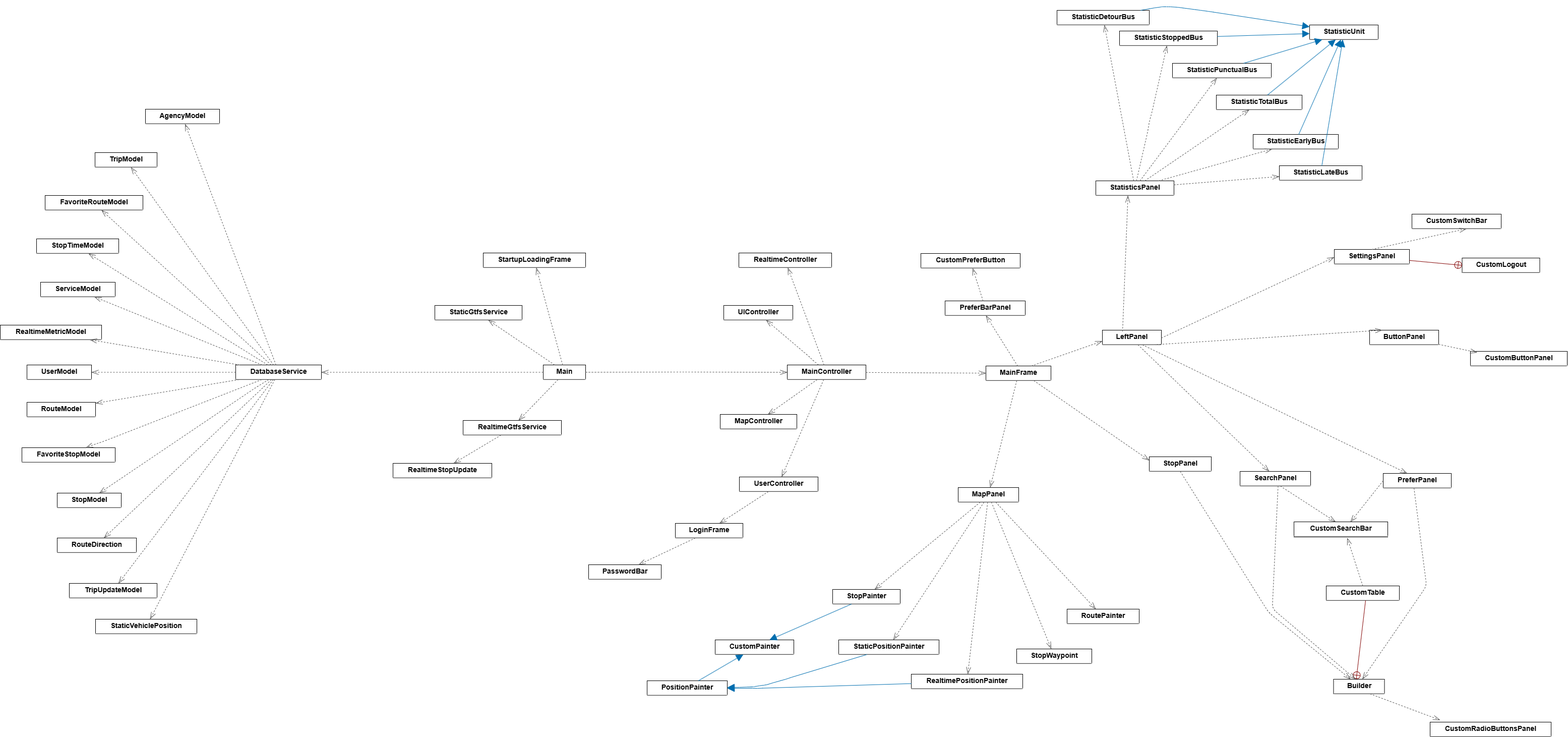
This is uml/damose-uml.png from nnamo-inc/moovite, a draw.io export, as it was before one commit. Source tidied: cells renumbered, new cells last; positions are measured from the earlier drawing's top-left corner, leaving out a move shared by most shapes.
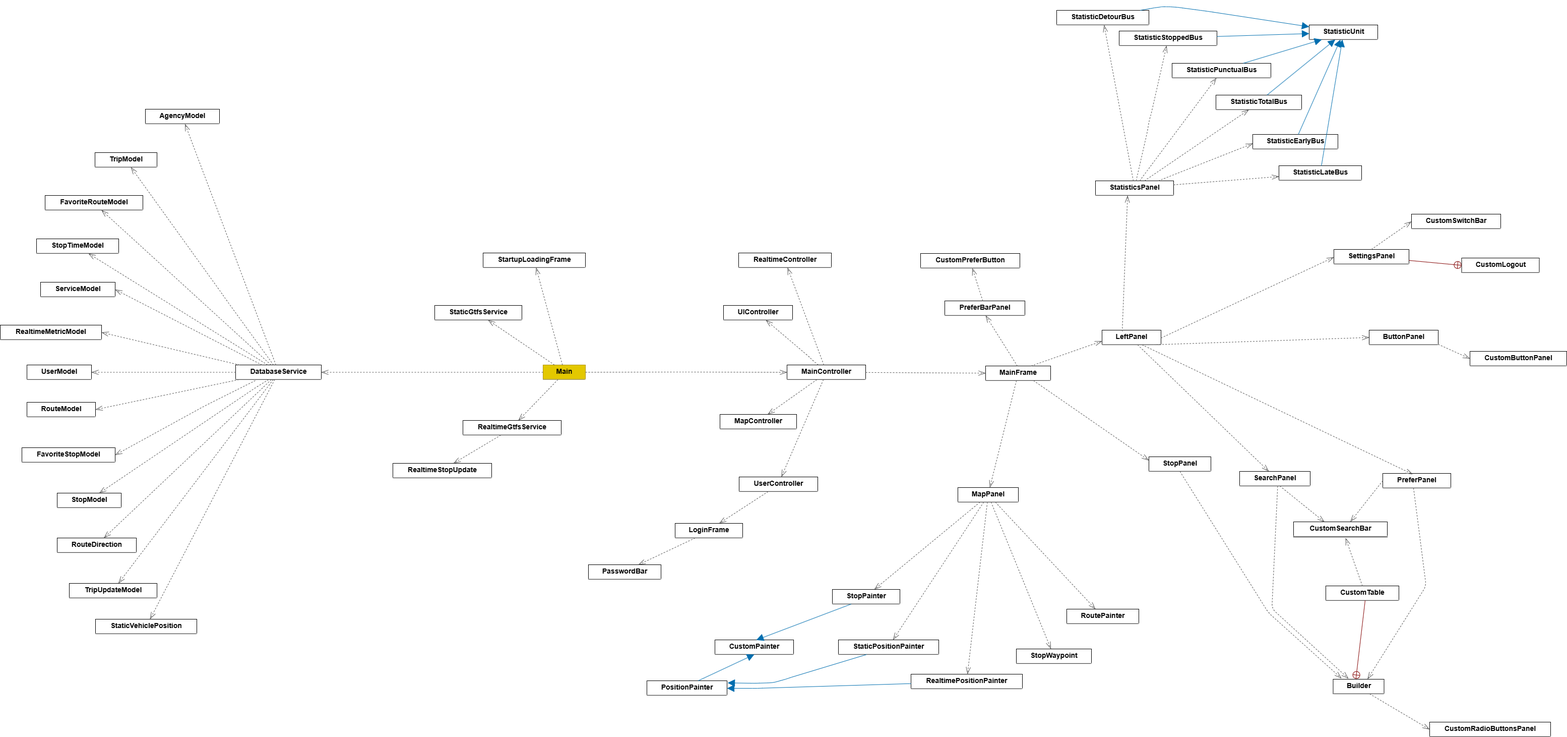
Later version of the same file.

Commit message:
fix: new and better uml

What changed in the source:
```diff
@@ -50,7 +50,7 @@
     <mxCell id="17" value="&lt;p style=&quot;margin:0px;margin-top:4px;text-align:center;&quot;&gt;&lt;b&gt;LoginFrame&lt;/b&gt;&lt;/p&gt;&lt;hr size=&quot;1&quot;/&gt;" style="verticalAlign=top;align=left;overflow=fill;fontSize=14;fontFamily=Helvetica;html=1;rounded=0;shadow=0;comic=0;labelBackgroundColor=none;strokeWidth=1;" parent="1" vertex="1">
       <mxGeometry x="1339" y="1024" width="134" height="29" as="geometry" />
     </mxCell>
-    <mxCell id="18" value="&lt;p style=&quot;margin:0px;margin-top:4px;text-align:center;&quot;&gt;&lt;b&gt;Main&lt;/b&gt;&lt;/p&gt;&lt;hr size=&quot;1&quot;/&gt;" style="verticalAlign=top;align=left;overflow=fill;fontSize=14;fontFamily=Helvetica;html=1;rounded=0;shadow=0;comic=0;labelBackgroundColor=none;strokeWidth=1;" parent="1" vertex="1">
+    <mxCell id="18" value="&lt;p style=&quot;margin:0px;margin-top:4px;text-align:center;&quot;&gt;&lt;b&gt;Main&lt;/b&gt;&lt;/p&gt;&lt;hr size=&quot;1&quot;&gt;" style="verticalAlign=top;align=left;overflow=fill;fontSize=14;fontFamily=Helvetica;html=1;rounded=0;shadow=0;comic=0;labelBackgroundColor=none;strokeWidth=1;fillColor=light-dark(#E3C800,#FFFF33);fontColor=light-dark(#000000,#000000);strokeColor=#B09500;" parent="1" vertex="1">
       <mxGeometry x="1077" y="710" width="84" height="29" as="geometry" />
     </mxCell>
     <mxCell id="19" value="&lt;p style=&quot;margin:0px;margin-top:4px;text-align:center;&quot;&gt;&lt;b&gt;MainController&lt;/b&gt;&lt;/p&gt;&lt;hr size=&quot;1&quot;/&gt;" style="verticalAlign=top;align=left;overflow=fill;fontSize=14;fontFamily=Helvetica;html=1;rounded=0;shadow=0;comic=0;labelBackgroundColor=none;strokeWidth=1;" parent="1" vertex="1">
@@ -176,19 +176,19 @@
     <mxCell id="59" value="&lt;p style=&quot;margin:0px;margin-top:4px;text-align:center;&quot;&gt;&lt;b&gt;UserModel&lt;/b&gt;&lt;/p&gt;&lt;hr size=&quot;1&quot;/&gt;" style="verticalAlign=top;align=left;overflow=fill;fontSize=14;fontFamily=Helvetica;html=1;rounded=0;shadow=0;comic=0;labelBackgroundColor=none;strokeWidth=1;" parent="1" vertex="1">
       <mxGeometry x="53" y="710" width="128" height="29" as="geometry" />
     </mxCell>
-    <mxCell id="60" style="html=1;rounded=1;dashed=1;startArrow=none;endArrow=openThin;endSize=12;strokeColor=#595959;exitX=0.717;exitY=1.000;exitDx=0;exitDy=0;entryX=0.083;entryY=-0.138;entryDx=0;entryDy=0;entryPerimeter=0;" parent="1" edge="1" source="3" target="9">
+    <mxCell id="60" style="html=1;rounded=1;dashed=1;startArrow=none;endArrow=openThin;endSize=12;strokeColor=#595959;exitX=0.717;exitY=1.000;exitDx=0;exitDy=0;entryX=0;entryY=0.5;entryDx=0;entryDy=0;" parent="1" edge="1" source="3" target="9">
       <mxGeometry relative="1" as="geometry" />
     </mxCell>
-    <mxCell id="61" style="html=1;rounded=1;dashed=0;startArrow=circlePlus;startFill=0;endArrow=none;strokeColor=#820000;exitX=0.446;exitY=0.001;exitDx=0;exitDy=0;entryX=0.538;entryY=1.001;entryDx=0;entryDy=0;" parent="1" edge="1" source="3" target="12">
+    <mxCell id="61" style="html=1;rounded=1;dashed=0;startArrow=circlePlus;startFill=0;endArrow=none;strokeColor=#820000;entryX=0.538;entryY=1.001;entryDx=0;entryDy=0;exitX=0.447;exitY=-0.016;exitDx=0;exitDy=0;exitPerimeter=0;" parent="1" edge="1" source="3" target="12">
       <mxGeometry relative="1" as="geometry" />
     </mxCell>
-    <mxCell id="62" style="html=1;rounded=1;dashed=1;startArrow=none;endArrow=openThin;endSize=12;strokeColor=#595959;exitX=1.000;exitY=0.970;exitDx=0;exitDy=0;entryX=0.072;entryY=0.082;entryDx=0;entryDy=0;entryPerimeter=0;" parent="1" edge="1" source="4" target="5">
+    <mxCell id="62" style="html=1;rounded=1;dashed=1;startArrow=none;endArrow=openThin;endSize=12;strokeColor=#595959;exitX=1.000;exitY=0.970;exitDx=0;exitDy=0;entryX=0;entryY=0.5;entryDx=0;entryDy=0;" parent="1" edge="1" source="4" target="5">
       <mxGeometry relative="1" as="geometry" />
     </mxCell>
     <mxCell id="63" style="html=1;rounded=1;dashed=0;startArrow=circlePlus;startFill=0;endArrow=none;strokeColor=#820000;exitX=0;exitY=0.5;exitDx=0;exitDy=0;entryX=1;entryY=0.75;entryDx=0;entryDy=0;" parent="1" edge="1" source="6" target="37">
       <mxGeometry relative="1" as="geometry" />
     </mxCell>
-    <mxCell id="64" style="html=1;rounded=1;dashed=1;startArrow=none;endArrow=openThin;endSize=12;strokeColor=#595959;exitX=0.500;exitY=0.001;exitDx=0;exitDy=0;entryX=0.568;entryY=1.057;entryDx=0;entryDy=0;entryPerimeter=0;" parent="1" edge="1" source="12" target="10">
+    <mxCell id="64" style="html=1;rounded=1;dashed=1;startArrow=none;endArrow=openThin;endSize=12;strokeColor=#595959;exitX=0.500;exitY=0.001;exitDx=0;exitDy=0;entryX=0.555;entryY=1.064;entryDx=0;entryDy=0;entryPerimeter=0;" parent="1" edge="1" source="12" target="10">
       <mxGeometry relative="1" as="geometry" />
     </mxCell>
     <mxCell id="65" style="html=1;rounded=1;dashed=1;startArrow=none;endArrow=openThin;endSize=12;strokeColor=#595959;exitX=0.470;exitY=0.001;exitDx=0;exitDy=0;entryX=0.534;entryY=0.999;entryDx=0;entryDy=0;" parent="1" edge="1" source="13" target="2">
@@ -197,24 +197,24 @@
     <mxCell id="66" style="html=1;rounded=1;dashed=1;startArrow=none;endArrow=openThin;endSize=12;strokeColor=#595959;exitX=0.413;exitY=0.000;exitDx=0;exitDy=0;entryX=0.576;entryY=0.999;entryDx=0;entryDy=0;" parent="1" edge="1" source="13" target="14">
       <mxGeometry relative="1" as="geometry" />
     </mxCell>
-    <mxCell id="67" style="html=1;rounded=1;dashed=1;startArrow=none;endArrow=openThin;endSize=12;strokeColor=#595959;exitX=0.304;exitY=1.000;exitDx=0;exitDy=0;entryX=0.686;entryY=0.000;entryDx=0;entryDy=0;" parent="1" edge="1" source="13" target="15">
-      <mxGeometry relative="1" as="geometry">
-        <Array as="points">
-          <mxPoint x="201" y="863" />
-          <mxPoint x="188" y="867" />
-        </Array>
-      </mxGeometry>
-    </mxCell>
+    <mxCell id="128" style="html=1;rounded=1;dashed=1;startArrow=none;endArrow=openThin;endSize=12;strokeColor=#595959;entryX=1;entryY=0.5;entryDx=0;entryDy=0;" parent="1" edge="1" target="15">
+      <mxGeometry relative="1" as="geometry">
+        <mxPoint x="506" y="741" as="sourcePoint" />
+        <Array as="points">
+          <mxPoint x="406" y="791" />
+        </Array>
+      </mxGeometry>
+    </mxCell>
-    <mxCell id="68" style="html=1;rounded=1;dashed=1;startArrow=none;endArrow=openThin;endSize=12;strokeColor=#595959;exitX=0.046;exitY=0.000;exitDx=0;exitDy=0;entryX=0.884;entryY=1.000;entryDx=0;entryDy=0;" parent="1" edge="1" source="13" target="29">
+    <mxCell id="68" style="html=1;rounded=1;dashed=1;startArrow=none;endArrow=openThin;endSize=12;strokeColor=#595959;exitX=0.046;exitY=0.000;exitDx=0;exitDy=0;entryX=1;entryY=0.5;entryDx=0;entryDy=0;" parent="1" edge="1" source="13" target="29">
       <mxGeometry relative="1" as="geometry" />
     </mxCell>
     <mxCell id="69" style="html=1;rounded=1;dashed=1;startArrow=none;endArrow=openThin;endSize=12;strokeColor=#595959;exitX=0.417;exitY=1.000;exitDx=0;exitDy=0;entryX=0.590;entryY=0.000;entryDx=0;entryDy=0;" parent="1" edge="1" source="13" target="32">
       <mxGeometry relative="1" as="geometry" />
     </mxCell>
-    <mxCell id="70" style="html=1;rounded=1;dashed=1;startArrow=none;endArrow=openThin;endSize=12;strokeColor=#595959;exitX=0.039;exitY=1.000;exitDx=0;exitDy=0;entryX=1.000;entryY=0.066;entryDx=0;entryDy=0;" parent="1" edge="1" source="13" target="33">
+    <mxCell id="70" style="html=1;rounded=1;dashed=1;startArrow=none;endArrow=openThin;endSize=12;strokeColor=#595959;exitX=0.039;exitY=1.000;exitDx=0;exitDy=0;entryX=1;entryY=0.5;entryDx=0;entryDy=0;" parent="1" edge="1" source="13" target="33">
       <mxGeometry relative="1" as="geometry" />
     </mxCell>
-    <mxCell id="71" style="html=1;rounded=1;dashed=1;startArrow=none;endArrow=openThin;endSize=12;strokeColor=#595959;exitX=0.308;exitY=0.000;exitDx=0;exitDy=0;entryX=0.720;entryY=0.999;entryDx=0;entryDy=0;" parent="1" edge="1" source="13" target="36">
+    <mxCell id="71" style="html=1;rounded=1;dashed=1;startArrow=none;endArrow=openThin;endSize=12;strokeColor=#595959;exitX=0.308;exitY=0.000;exitDx=0;exitDy=0;entryX=1;entryY=0.5;entryDx=0;entryDy=0;" parent="1" edge="1" source="13" target="36">
       <mxGeometry relative="1" as="geometry" />
     </mxCell>
     <mxCell id="72" style="html=1;rounded=1;dashed=1;startArrow=none;endArrow=openThin;endSize=12;strokeColor=#595959;exitX=0.456;exitY=1.000;exitDx=0;exitDy=0;entryX=0.538;entryY=0.001;entryDx=0;entryDy=0;" parent="1" edge="1" source="13" target="41">
@@ -244,10 +244,10 @@
     <mxCell id="77" style="html=1;rounded=1;dashed=1;startArrow=none;endArrow=openThin;endSize=12;strokeColor=#595959;exitX=0.000;exitY=0.500;exitDx=0;exitDy=0;entryX=1.000;entryY=0.500;entryDx=0;entryDy=0;" parent="1" edge="1" source="13" target="59">
       <mxGeometry relative="1" as="geometry" />
     </mxCell>
-    <mxCell id="78" style="html=1;rounded=1;dashed=1;startArrow=none;endArrow=openThin;endSize=12;strokeColor=#595959;exitX=0.869;exitY=1.000;exitDx=0;exitDy=0;entryX=0.185;entryY=0.000;entryDx=0;entryDy=0;" parent="1" edge="1" source="16" target="4">
+    <mxCell id="78" style="html=1;rounded=1;dashed=1;startArrow=none;endArrow=openThin;endSize=12;strokeColor=#595959;exitX=0.869;exitY=1.000;exitDx=0;exitDy=0;entryX=0;entryY=0.5;entryDx=0;entryDy=0;" parent="1" edge="1" source="16" target="4">
       <mxGeometry relative="1" as="geometry" />
     </mxCell>
-    <mxCell id="79" style="html=1;rounded=1;dashed=1;startArrow=none;endArrow=openThin;endSize=12;strokeColor=#595959;exitX=0.679;exitY=1.000;exitDx=0;exitDy=0;entryX=0.352;entryY=0.000;entryDx=0;entryDy=0;" parent="1" edge="1" source="16" target="26">
+    <mxCell id="79" style="html=1;rounded=1;dashed=1;startArrow=none;endArrow=openThin;endSize=12;strokeColor=#595959;exitX=0.679;exitY=1.000;exitDx=0;exitDy=0;entryX=0.44;entryY=0.057;entryDx=0;entryDy=0;entryPerimeter=0;" parent="1" edge="1" source="16" target="26">
       <mxGeometry relative="1" as="geometry" />
     </mxCell>
     <mxCell id="80" style="html=1;rounded=1;dashed=1;startArrow=none;endArrow=openThin;endSize=12;strokeColor=#595959;exitX=0.603;exitY=1.000;exitDx=0;exitDy=0;entryX=0.414;entryY=0.001;entryDx=0;entryDy=0;" parent="1" edge="1" source="16" target="35">
@@ -329,20 +329,20 @@
     <mxCell id="102" style="html=1;rounded=1;dashed=1;startArrow=none;endArrow=openThin;endSize=12;strokeColor=#595959;exitX=0.549;exitY=1.000;exitDx=0;exitDy=0;entryX=0.461;entryY=0.001;entryDx=0;entryDy=0;" parent="1" edge="1" source="22" target="54">
       <mxGeometry relative="1" as="geometry" />
     </mxCell>
-    <mxCell id="103" style="html=1;rounded=1;dashed=0;startArrow=none;endArrow=block;endSize=12;strokeColor=#006EAF;exitX=0.640;exitY=0.000;exitDx=0;exitDy=0;entryX=0.358;entryY=1.000;entryDx=0;entryDy=0;fillColor=#1ba1e2;" parent="1" edge="1" source="24" target="7">
+    <mxCell id="103" style="html=1;rounded=1;dashed=0;startArrow=none;endArrow=block;endSize=12;strokeColor=#006EAF;exitX=0.640;exitY=0.000;exitDx=0;exitDy=0;entryX=0.5;entryY=1;entryDx=0;entryDy=0;fillColor=#1ba1e2;" parent="1" edge="1" source="24" target="7">
       <mxGeometry relative="1" as="geometry" />
     </mxCell>
     <mxCell id="104" style="html=1;rounded=1;dashed=1;startArrow=none;endArrow=openThin;endSize=12;strokeColor=#595959;exitX=0.474;exitY=0.001;exitDx=0;exitDy=0;entryX=0.521;entryY=1.001;entryDx=0;entryDy=0;" parent="1" edge="1" source="25" target="8">
       <mxGeometry relative="1" as="geometry" />
     </mxCell>
-    <mxCell id="105" style="html=1;rounded=1;dashed=1;startArrow=none;endArrow=openThin;endSize=12;strokeColor=#595959;exitX=0.452;exitY=0.999;exitDx=0;exitDy=0;entryX=0.565;entryY=0.000;entryDx=0;entryDy=0;" parent="1" edge="1" source="26" target="3">
+    <mxCell id="105" style="html=1;rounded=1;dashed=1;startArrow=none;endArrow=openThin;endSize=12;strokeColor=#595959;exitX=0.452;exitY=0.999;exitDx=0;exitDy=0;entryX=0.675;entryY=-0.003;entryDx=0;entryDy=0;entryPerimeter=0;" parent="1" edge="1" source="26" target="3">
       <mxGeometry relative="1" as="geometry">
         <Array as="points">
           <mxPoint x="2829" y="1148" />
         </Array>
       </mxGeometry>
     </mxCell>
-    <mxCell id="106" style="html=1;rounded=1;dashed=1;startArrow=none;endArrow=openThin;endSize=12;strokeColor=#595959;exitX=0.000;exitY=0.500;exitDx=0;exitDy=0;entryX=0.601;entryY=0.017;entryDx=0;entryDy=0;entryPerimeter=0;" parent="1" edge="1" source="26" target="10">
+    <mxCell id="106" style="html=1;rounded=1;dashed=1;startArrow=none;endArrow=openThin;endSize=12;strokeColor=#595959;exitX=0.000;exitY=0.500;exitDx=0;exitDy=0;entryX=0.605;entryY=0;entryDx=0;entryDy=0;entryPerimeter=0;" parent="1" edge="1" source="26" target="10">
       <mxGeometry relative="1" as="geometry" />
     </mxCell>
     <mxCell id="107" style="html=1;rounded=1;dashed=1;startArrow=none;endArrow=openThin;endSize=12;strokeColor=#595959;exitX=0.386;exitY=1.000;exitDx=0;exitDy=0;entryX=0.614;entryY=0.000;entryDx=0;entryDy=0;" parent="1" edge="1" source="28" target="31">
@@ -355,29 +355,26 @@
         </Array>
       </mxGeometry>
     </mxCell>
-    <mxCell id="109" style="html=1;rounded=1;dashed=1;startArrow=none;endArrow=openThin;endSize=12;strokeColor=#595959;exitX=0.539;exitY=1.001;exitDx=0;exitDy=0;entryX=0.432;entryY=0.001;entryDx=0;entryDy=0;" parent="1" edge="1" source="35" target="3">
+    <mxCell id="109" style="html=1;rounded=1;dashed=1;startArrow=none;endArrow=openThin;endSize=12;strokeColor=#595959;exitX=0.539;exitY=1.001;exitDx=0;exitDy=0;entryX=0.302;entryY=-0.042;entryDx=0;entryDy=0;entryPerimeter=0;" parent="1" edge="1" source="35" target="3">
       <mxGeometry relative="1" as="geometry">
         <Array as="points">
           <mxPoint x="2523" y="1193" />
         </Array>
       </mxGeometry>
     </mxCell>
-    <mxCell id="110" style="html=1;rounded=1;dashed=1;startArrow=none;endArrow=openThin;endSize=12;strokeColor=#595959;exitX=0.571;exitY=1.000;exitDx=0;exitDy=0;entryX=0.444;entryY=0.001;entryDx=0;entryDy=0;" parent="1" edge="1" source="35" target="10">
+    <mxCell id="110" style="html=1;rounded=1;dashed=1;startArrow=none;endArrow=openThin;endSize=12;strokeColor=#595959;exitX=0.571;exitY=1.000;exitDx=0;exitDy=0;entryX=0.33;entryY=0.013;entryDx=0;entryDy=0;entryPerimeter=0;" parent="1" edge="1" source="35" target="10">
       <mxGeometry relative="1" as="geometry" />
     </mxCell>
-    <mxCell id="111" style="html=1;rounded=1;dashed=1;startArrow=none;endArrow=openThin;endSize=12;strokeColor=#595959;exitX=0.5;exitY=0;exitDx=0;exitDy=0;entryX=0.611;entryY=1.000;entryDx=0;entryDy=0;" parent="1" edge="1" source="37" target="11">
+    <mxCell id="111" style="html=1;rounded=1;dashed=1;startArrow=none;endArrow=openThin;endSize=12;strokeColor=#595959;exitX=0.5;exitY=0;exitDx=0;exitDy=0;entryX=0;entryY=0.5;entryDx=0;entryDy=0;" parent="1" edge="1" source="37" target="11">
       <mxGeometry relative="1" as="geometry" />
     </mxCell>
-    <mxCell id="112" style="html=1;rounded=1;dashed=0;startArrow=none;endArrow=block;endSize=12;strokeColor=#006EAF;exitX=0.281;exitY=1.000;exitDx=0;exitDy=0;entryX=1.000;entryY=0.464;entryDx=0;entryDy=0;fillColor=#1ba1e2;" parent="1" edge="1" source="40" target="24">
+    <mxCell id="112" style="html=1;rounded=1;dashed=0;startArrow=none;endArrow=block;endSize=12;strokeColor=#006EAF;exitX=0.281;exitY=1.000;exitDx=0;exitDy=0;entryX=1.007;entryY=0.146;entryDx=0;entryDy=0;fillColor=#1ba1e2;entryPerimeter=0;" parent="1" edge="1" source="40" target="24">
       <mxGeometry relative="1" as="geometry">
         <Array as="points">
           <mxPoint x="1570" y="1329" />
           <mxPoint x="1558" y="1333" />
           <mxPoint x="1533" y="1340" />
-          <mxPoint x="1520" y="1344" />
-          <mxPoint x="1506" y="1346" />
-          <mxPoint x="1493" y="1348" />
-          <mxPoint x="1466" y="1349" />
+          <mxPoint x="1496" y="1341" />
         </Array>
       </mxGeometry>
     </mxCell>
@@ -411,7 +408,7 @@
     <mxCell id="119" style="html=1;rounded=1;dashed=1;startArrow=none;endArrow=openThin;endSize=12;strokeColor=#595959;exitX=0.484;exitY=0.001;exitDx=0;exitDy=0;entryX=0.514;entryY=0.999;entryDx=0;entryDy=0;" parent="1" edge="1" source="49" target="42">
       <mxGeometry relative="1" as="geometry" />
     </mxCell>
-    <mxCell id="120" style="html=1;rounded=1;dashed=1;startArrow=none;endArrow=openThin;endSize=12;strokeColor=#595959;exitX=0.804;exitY=0.000;exitDx=0;exitDy=0;entryX=0.222;entryY=1.000;entryDx=0;entryDy=0;" parent="1" edge="1" source="49" target="43">
+    <mxCell id="120" style="html=1;rounded=1;dashed=1;startArrow=none;endArrow=openThin;endSize=12;strokeColor=#595959;exitX=0.804;exitY=0.000;exitDx=0;exitDy=0;entryX=0.002;entryY=0.618;entryDx=0;entryDy=0;entryPerimeter=0;" parent="1" edge="1" source="49" target="43">
       <mxGeometry relative="1" as="geometry" />
     </mxCell>
     <mxCell id="121" style="html=1;rounded=1;dashed=1;startArrow=none;endArrow=openThin;endSize=12;strokeColor=#595959;exitX=1.000;exitY=0.272;exitDx=0;exitDy=0;entryX=0.000;entryY=0.741;entryDx=0;entryDy=0;" parent="1" edge="1" source="49" target="44">
@@ -432,10 +429,10 @@
     <mxCell id="124" style="html=1;rounded=1;dashed=1;startArrow=none;endArrow=openThin;endSize=12;strokeColor=#595959;exitX=0.627;exitY=0.001;exitDx=0;exitDy=0;entryX=0.384;entryY=1.000;entryDx=0;entryDy=0;" parent="1" edge="1" source="49" target="47">
       <mxGeometry relative="1" as="geometry" />
     </mxCell>
-    <mxCell id="125" style="html=1;rounded=1;dashed=0;startArrow=none;endArrow=block;endSize=12;strokeColor=#006EAF;exitX=0.278;exitY=1.000;exitDx=0;exitDy=0;entryX=0.691;entryY=0.000;entryDx=0;entryDy=0;fillColor=#1ba1e2;" parent="1" edge="1" source="51" target="7">
+    <mxCell id="125" style="html=1;rounded=1;dashed=0;startArrow=none;endArrow=block;endSize=12;strokeColor=#006EAF;exitX=0.278;exitY=1.000;exitDx=0;exitDy=0;entryX=0.526;entryY=0.008;entryDx=0;entryDy=0;fillColor=#1ba1e2;entryPerimeter=0;" parent="1" edge="1" source="51" target="7">
       <mxGeometry relative="1" as="geometry" />
     </mxCell>
-    <mxCell id="126" style="html=1;rounded=1;dashed=1;startArrow=none;endArrow=openThin;endSize=12;strokeColor=#595959;entryX=0.335;entryY=0.000;entryDx=0;entryDy=0;exitX=0.5;exitY=1;exitDx=0;exitDy=0;" parent="1" edge="1" source="52" target="3">
+    <mxCell id="126" style="html=1;rounded=1;dashed=1;startArrow=none;endArrow=openThin;endSize=12;strokeColor=#595959;entryX=0.165;entryY=-0.056;entryDx=0;entryDy=0;exitX=0.5;exitY=1;exitDx=0;exitDy=0;entryPerimeter=0;" parent="1" edge="1" source="52" target="3">
       <mxGeometry relative="1" as="geometry">
         <Array as="points">
           <mxPoint x="2516" y="1201" />
```
